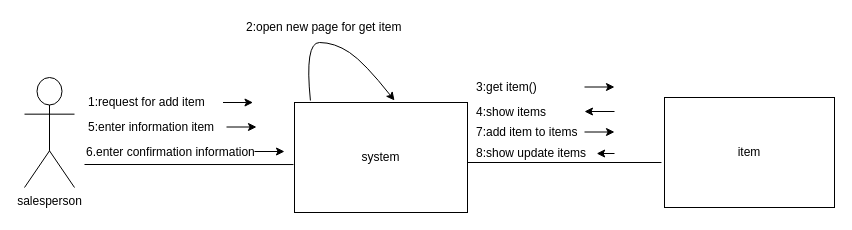
Before: communication_diagram/additem.drawio in aenad/iut_foods, a draw.io diagram. Source tidied: cells renumbered, new cells numbered last; positions are measured from the earlier drawing's top-left corner, leaving out a move shared by most shapes. Both pictures are drawn from the tidied source at 100%, with x=0, y=0 at pixel (24, 17).
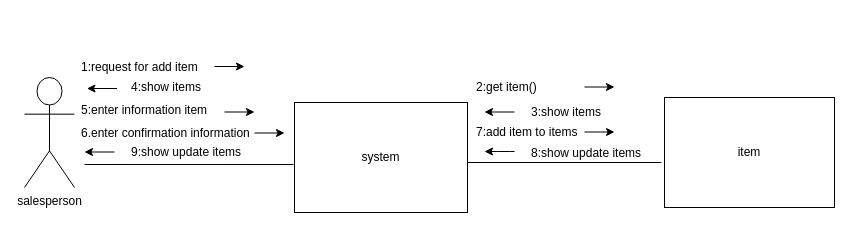
The same diagram, later.

Unchanged cells that the change refers to:
```xml
<mxCell id="2" value="system" style="rounded=0;whiteSpace=wrap;html=1;" parent="1" vertex="1">
  <mxGeometry x="270" y="85" width="173" height="110" as="geometry" />
</mxCell>
```

Diff of the diagram source:
```diff
@@
     <mxCell id="5" value="1:request for add item " style="text;html=1;align=left;verticalAlign=top;spacingTop=-4;" parent="1" vertex="1">
-      <mxGeometry x="62" y="75" width="130" height="20" as="geometry" />
+      <mxGeometry x="55" y="40" width="130" height="20" as="geometry" />
     </mxCell>
-    <mxCell id="6" value="3:get item()" style="text;html=1;align=left;verticalAlign=top;spacingTop=-4;" parent="1" vertex="1">
-      <mxGeometry x="450" y="60" width="70" height="20" as="geometry" />
+    <mxCell id="6" value="2:get item()" style="text;html=1;align=left;verticalAlign=top;spacingTop=-4;" parent="1" vertex="1">
+      <mxGeometry x="450" y="60" width="80" height="20" as="geometry" />
     </mxCell>
-    <mxCell id="7" style="curved=1;endArrow=classic;html=1;exitX=0.092;exitY=-0.018;exitDx=0;exitDy=0;exitPerimeter=0;" parent="1" edge="1" source="2">
-      <mxGeometry relative="1" as="geometry">
-        <mxPoint x="370" y="83" as="targetPoint" />
-        <Array as="points">
-          <mxPoint x="280" y="25" />
-          <mxPoint x="310" y="25" />
-          <mxPoint x="340" y="45" />
-        </Array>
-      </mxGeometry>
-    </mxCell>
-    <mxCell id="8" value="2:open new page for get item" style="text;html=1;align=left;verticalAlign=top;spacingTop=-4;" parent="1" vertex="1">
-      <mxGeometry x="220" width="170" height="20" as="geometry" />
-    </mxCell>
-    <mxCell id="9" value="4:show items" style="text;html=1;align=left;verticalAlign=top;spacingTop=-4;" parent="1" vertex="1">
-      <mxGeometry x="450" y="85" width="90" height="20" as="geometry" />
+    <mxCell id="9" value="3:show items" style="text;html=1;align=left;verticalAlign=top;spacingTop=-4;" parent="1" vertex="1">
+      <mxGeometry x="505" y="85" width="90" height="20" as="geometry" />
     </mxCell>
     <mxCell id="10" value="5:enter information item" style="text;html=1;align=left;verticalAlign=top;spacingTop=-4;" parent="1" vertex="1">
-      <mxGeometry x="62" y="100" width="140" height="20" as="geometry" />
+      <mxGeometry x="55" y="82.5" width="140" height="20" as="geometry" />
     </mxCell>
@@
     <mxCell id="12" value="6.enter confirmation information" style="text;html=1;align=left;verticalAlign=top;spacingTop=-4;" parent="1" vertex="1">
-      <mxGeometry x="60" y="125" width="180" height="20" as="geometry" />
+      <mxGeometry x="55" y="106" width="180" height="20" as="geometry" />
     </mxCell>
     <mxCell id="13" style="endArrow=classic;html=1;" parent="1" edge="1">
       <mxGeometry relative="1" as="geometry">
-        <mxPoint x="198.5" y="85" as="sourcePoint" />
-        <mxPoint x="228.5" y="85" as="targetPoint" />
+        <mxPoint x="190" y="49" as="sourcePoint" />
+        <mxPoint x="220" y="49" as="targetPoint" />
       </mxGeometry>
     </mxCell>
     <mxCell id="14" style="endArrow=classic;html=1;" parent="1" edge="1">
       <mxGeometry relative="1" as="geometry">
-        <mxPoint x="202" y="109.5" as="sourcePoint" />
-        <mxPoint x="232" y="109.5" as="targetPoint" />
+        <mxPoint x="200" y="94.5" as="sourcePoint" />
+        <mxPoint x="230" y="94.5" as="targetPoint" />
       </mxGeometry>
     </mxCell>
     <mxCell id="15" style="endArrow=classic;html=1;" parent="1" edge="1">
       <mxGeometry relative="1" as="geometry">
-        <mxPoint x="230" y="134" as="sourcePoint" />
-        <mxPoint x="260" y="134" as="targetPoint" />
+        <mxPoint x="230" y="115.5" as="sourcePoint" />
+        <mxPoint x="260" y="115.5" as="targetPoint" />
       </mxGeometry>
     </mxCell>
@@
-    <mxCell id="17" style="endArrow=classic;html=1;entryX=1.018;entryY=0.5;entryDx=0;entryDy=0;entryPerimeter=0;" parent="1" edge="1" target="20">
+    <mxCell id="17" style="endArrow=classic;html=1;" parent="1" edge="1">
       <mxGeometry relative="1" as="geometry">
-        <mxPoint x="590" y="136" as="sourcePoint" />
+        <mxPoint x="490" y="134" as="sourcePoint" />
+        <mxPoint x="460" y="134" as="targetPoint" />
+        <Array as="points">
+          <mxPoint x="480" y="134" />
+        </Array>
       </mxGeometry>
     </mxCell>
@@
     <mxCell id="20" value="8:show update items" style="text;html=1;points=[];align=left;verticalAlign=top;spacingTop=-4;" parent="1" vertex="1">
-      <mxGeometry x="450" y="126" width="120" height="20" as="geometry" />
+      <mxGeometry x="505" y="126" width="120" height="20" as="geometry" />
     </mxCell>
@@
     <mxCell id="22" style="endArrow=classic;html=1;" parent="1" edge="1">
       <mxGeometry relative="1" as="geometry">
-        <mxPoint x="590" y="94" as="sourcePoint" />
-        <mxPoint x="560" y="94" as="targetPoint" />
+        <mxPoint x="92.5" y="71" as="sourcePoint" />
+        <mxPoint x="62.5" y="71" as="targetPoint" />
       </mxGeometry>
     </mxCell>
+    <mxCell id="23" value="4:show items" style="text;html=1;align=left;verticalAlign=top;spacingTop=-4;" parent="1" vertex="1">
+      <mxGeometry x="105" y="60" width="90" height="20" as="geometry" />
+    </mxCell>
+    <mxCell id="24" style="endArrow=classic;html=1;" parent="1" edge="1">
+      <mxGeometry relative="1" as="geometry">
+        <mxPoint x="490" y="94.5" as="sourcePoint" />
+        <mxPoint x="460" y="94.5" as="targetPoint" />
+      </mxGeometry>
+    </mxCell>
+    <mxCell id="25" value="9:show update items" style="text;html=1;align=left;verticalAlign=top;spacingTop=-4;" parent="1" vertex="1">
+      <mxGeometry x="105" y="125" width="130" height="20" as="geometry" />
+    </mxCell>
+    <mxCell id="26" style="endArrow=classic;html=1;" parent="1" edge="1">
+      <mxGeometry relative="1" as="geometry">
+        <mxPoint x="90" y="134.5" as="sourcePoint" />
+        <mxPoint x="60" y="134.5" as="targetPoint" />
+      </mxGeometry>
+    </mxCell>
```
